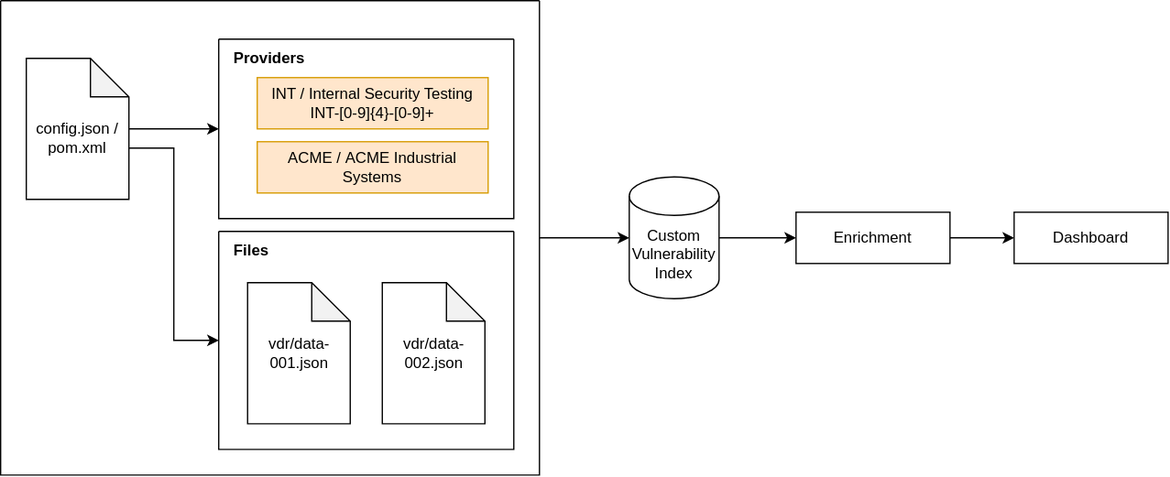
org-metaeffekt/metaeffekt-documentation keeps this draw.io diagram as metaeffekt-vulnerability-management/data-mirror/data-sources/custom-vuln/process-overview.svg. Above is the earlier version. Source tidied: cells renumbered, new cells last; positions are measured from the earlier drawing's top-left corner, leaving out a move shared by most shapes. Source of this version:
```xml
<mxGraphModel>
  <root>
    <mxCell id="0" />
    <mxCell id="1" parent="0" />
    <mxCell id="2" style="swimlane;startSize=0;" parent="1" vertex="1">
      <mxGeometry width="420" height="370" as="geometry" />
    </mxCell>
    <mxCell id="3" style="edgeStyle=orthogonalEdgeStyle;rounded=0;jettySize=auto;html=1;entryX=0;entryY=0.5;entryDx=0;entryDy=0;" parent="2" edge="1" source="5" target="6">
      <mxGeometry relative="1" as="geometry" />
    </mxCell>
    <mxCell id="4" style="edgeStyle=orthogonalEdgeStyle;rounded=0;jettySize=auto;html=1;exitX=0;exitY=0;exitDx=80;exitDy=70;exitPerimeter=0;entryX=0;entryY=0.5;entryDx=0;entryDy=0;" parent="2" edge="1" source="5" target="10">
      <mxGeometry relative="1" as="geometry" />
    </mxCell>
    <mxCell id="5" value="&lt;div&gt;&lt;br&gt;&lt;/div&gt;config.json / pom.xml" style="shape=note;whiteSpace=wrap;html=1;backgroundOutline=1;darkOpacity=0.05;" parent="2" vertex="1">
      <mxGeometry x="20" y="45" width="80" height="110" as="geometry" />
    </mxCell>
    <mxCell id="6" style="swimlane;startSize=0;" parent="2" vertex="1">
      <mxGeometry x="170" y="30" width="230" height="140" as="geometry" />
    </mxCell>
    <mxCell id="7" value="INT /&amp;nbsp;Internal Security Testing&lt;br&gt;INT-[0-9]{4}-[0-9]+" style="rounded=0;whiteSpace=wrap;html=1;fillColor=#ffe6cc;strokeColor=#d79b00;" parent="6" vertex="1">
      <mxGeometry x="30" y="30" width="180" height="40" as="geometry" />
    </mxCell>
    <mxCell id="8" value="ACME /&amp;nbsp;ACME Industrial Systems" style="rounded=0;whiteSpace=wrap;html=1;fillColor=#ffe6cc;strokeColor=#d79b00;" parent="6" vertex="1">
      <mxGeometry x="30" y="80" width="180" height="40" as="geometry" />
    </mxCell>
    <mxCell id="9" value="Providers" style="text;html=1;whiteSpace=wrap;strokeColor=none;fillColor=none;align=left;verticalAlign=middle;rounded=0;fontStyle=1;" parent="2" vertex="1">
      <mxGeometry x="180" y="30" width="60" height="30" as="geometry" />
    </mxCell>
    <mxCell id="10" style="swimlane;startSize=0;" parent="2" vertex="1">
      <mxGeometry x="170" y="180" width="230" height="170" as="geometry" />
    </mxCell>
    <mxCell id="11" value="vdr/data-001.json" style="shape=note;whiteSpace=wrap;html=1;backgroundOutline=1;darkOpacity=0.05;" parent="10" vertex="1">
      <mxGeometry x="22.5" y="40" width="80" height="110" as="geometry" />
    </mxCell>
    <mxCell id="12" value="vdr/data-002.json" style="shape=note;whiteSpace=wrap;html=1;backgroundOutline=1;darkOpacity=0.05;" parent="10" vertex="1">
      <mxGeometry x="127.5" y="40" width="80" height="110" as="geometry" />
    </mxCell>
    <mxCell id="13" value="Files" style="text;html=1;whiteSpace=wrap;strokeColor=none;fillColor=none;align=left;verticalAlign=middle;rounded=0;fontStyle=1;" parent="2" vertex="1">
      <mxGeometry x="180" y="180" width="60" height="30" as="geometry" />
    </mxCell>
    <mxCell id="14" style="edgeStyle=orthogonalEdgeStyle;rounded=0;jettySize=auto;html=1;exitX=1;exitY=0.5;exitDx=0;exitDy=0;exitPerimeter=0;entryX=0;entryY=0.5;entryDx=0;entryDy=0;" parent="1" edge="1" source="15" target="18">
      <mxGeometry relative="1" as="geometry" />
    </mxCell>
    <mxCell id="15" value="Custom Vulnerability Index" style="shape=cylinder3;whiteSpace=wrap;html=1;boundedLbl=1;backgroundOutline=1;size=15;" parent="1" vertex="1">
      <mxGeometry x="490" y="137.5" width="70" height="95" as="geometry" />
    </mxCell>
    <mxCell id="16" style="edgeStyle=orthogonalEdgeStyle;rounded=0;jettySize=auto;html=1;entryX=0;entryY=0.5;entryDx=0;entryDy=0;entryPerimeter=0;" parent="1" edge="1" source="2" target="15">
      <mxGeometry relative="1" as="geometry" />
    </mxCell>
    <mxCell id="17" style="edgeStyle=orthogonalEdgeStyle;rounded=0;jettySize=auto;html=1;" parent="1" edge="1" source="18" target="19">
      <mxGeometry relative="1" as="geometry" />
    </mxCell>
    <mxCell id="18" value="Enrichment" style="rounded=0;whiteSpace=wrap;html=1;" parent="1" vertex="1">
      <mxGeometry x="620" y="165" width="120" height="40" as="geometry" />
    </mxCell>
    <mxCell id="19" value="Dashboard" style="rounded=0;whiteSpace=wrap;html=1;" parent="1" vertex="1">
      <mxGeometry x="790" y="165" width="120" height="40" as="geometry" />
    </mxCell>
  </root>
</mxGraphModel>
```
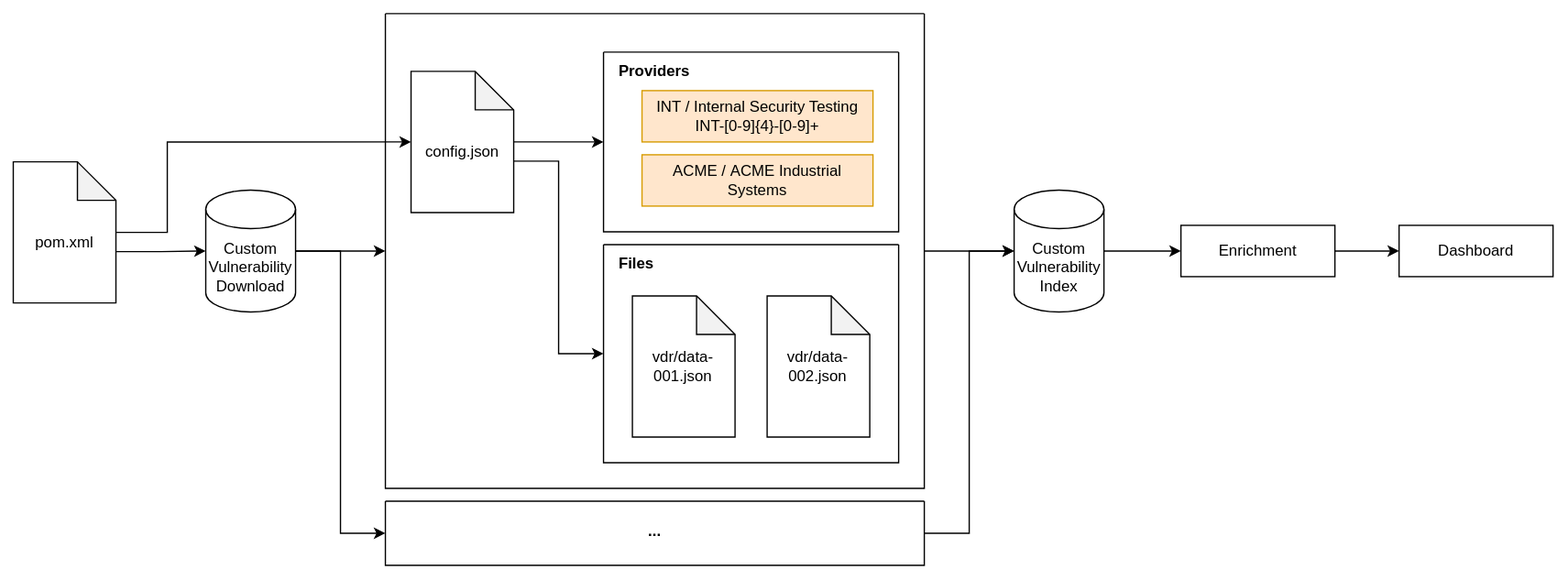
Above is the later version.

Commit message:
Regenerate for custom vulnerability downloader

The edit, as a diff of the source:
```diff
@@ -11,7 +11,7 @@
     <mxCell id="4" style="edgeStyle=orthogonalEdgeStyle;rounded=0;jettySize=auto;html=1;exitX=0;exitY=0;exitDx=80;exitDy=70;exitPerimeter=0;entryX=0;entryY=0.5;entryDx=0;entryDy=0;" parent="2" edge="1" source="5" target="10">
       <mxGeometry relative="1" as="geometry" />
     </mxCell>
-    <mxCell id="5" value="&lt;div&gt;&lt;br&gt;&lt;/div&gt;config.json / pom.xml" style="shape=note;whiteSpace=wrap;html=1;backgroundOutline=1;darkOpacity=0.05;" parent="2" vertex="1">
+    <mxCell id="5" value="&lt;div&gt;&lt;br&gt;&lt;/div&gt;config.json" style="shape=note;whiteSpace=wrap;html=1;backgroundOutline=1;darkOpacity=0.05;" parent="2" vertex="1">
       <mxGeometry x="20" y="45" width="80" height="110" as="geometry" />
     </mxCell>
     <mxCell id="6" style="swimlane;startSize=0;" parent="2" vertex="1">
@@ -44,9 +44,6 @@
     <mxCell id="15" value="Custom Vulnerability Index" style="shape=cylinder3;whiteSpace=wrap;html=1;boundedLbl=1;backgroundOutline=1;size=15;" parent="1" vertex="1">
       <mxGeometry x="490" y="137.5" width="70" height="95" as="geometry" />
     </mxCell>
-    <mxCell id="16" style="edgeStyle=orthogonalEdgeStyle;rounded=0;jettySize=auto;html=1;entryX=0;entryY=0.5;entryDx=0;entryDy=0;entryPerimeter=0;" parent="1" edge="1" source="2" target="15">
-      <mxGeometry relative="1" as="geometry" />
-    </mxCell>
     <mxCell id="17" style="edgeStyle=orthogonalEdgeStyle;rounded=0;jettySize=auto;html=1;" parent="1" edge="1" source="18" target="19">
       <mxGeometry relative="1" as="geometry" />
     </mxCell>
@@ -56,5 +53,40 @@
     <mxCell id="19" value="Dashboard" style="rounded=0;whiteSpace=wrap;html=1;" parent="1" vertex="1">
       <mxGeometry x="790" y="165" width="120" height="40" as="geometry" />
     </mxCell>
+    <mxCell id="20" style="edgeStyle=orthogonalEdgeStyle;rounded=0;jettySize=auto;html=1;entryX=0;entryY=0.5;entryDx=0;entryDy=0;" parent="1" edge="1" source="22" target="2">
+      <mxGeometry relative="1" as="geometry" />
+    </mxCell>
+    <mxCell id="21" style="edgeStyle=orthogonalEdgeStyle;rounded=0;jettySize=auto;html=1;exitX=1;exitY=0.5;exitDx=0;exitDy=0;exitPerimeter=0;entryX=0;entryY=0.5;entryDx=0;entryDy=0;" parent="1" edge="1" source="22" target="23">
+      <mxGeometry relative="1" as="geometry" />
+    </mxCell>
+    <mxCell id="22" value="Custom Vulnerability Download" style="shape=cylinder3;whiteSpace=wrap;html=1;boundedLbl=1;backgroundOutline=1;size=15;" parent="1" vertex="1">
+      <mxGeometry x="-140" y="137.5" width="70" height="95" as="geometry" />
+    </mxCell>
+    <mxCell id="23" style="swimlane;startSize=0;" parent="1" vertex="1">
+      <mxGeometry y="380" width="420" height="50" as="geometry" />
+    </mxCell>
+    <mxCell id="24" value="..." style="text;html=1;whiteSpace=wrap;strokeColor=none;fillColor=none;align=center;verticalAlign=top;rounded=0;fontStyle=1;" parent="23" vertex="1">
+      <mxGeometry x="180" y="10" width="60" height="30" as="geometry" />
+    </mxCell>
+    <mxCell id="25" value="&lt;div&gt;&lt;br&gt;&lt;/div&gt;pom.xml" style="shape=note;whiteSpace=wrap;html=1;backgroundOutline=1;darkOpacity=0.05;" parent="1" vertex="1">
+      <mxGeometry x="-290" y="115.5" width="80" height="110" as="geometry" />
+    </mxCell>
+    <mxCell id="26" style="edgeStyle=orthogonalEdgeStyle;rounded=0;jettySize=auto;html=1;exitX=0;exitY=0;exitDx=80;exitDy=70;exitPerimeter=0;entryX=0;entryY=0.5;entryDx=0;entryDy=0;entryPerimeter=0;" parent="1" edge="1" source="25" target="22">
+      <mxGeometry relative="1" as="geometry" />
+    </mxCell>
+    <mxCell id="27" style="edgeStyle=orthogonalEdgeStyle;rounded=0;jettySize=auto;html=1;entryX=0;entryY=0.5;entryDx=0;entryDy=0;entryPerimeter=0;" parent="1" edge="1" source="25" target="5">
+      <mxGeometry relative="1" as="geometry">
+        <Array as="points">
+          <mxPoint x="-170" y="170.5" />
+          <mxPoint x="-170" y="100" />
+        </Array>
+      </mxGeometry>
+    </mxCell>
+    <mxCell id="16" style="edgeStyle=orthogonalEdgeStyle;rounded=0;jettySize=auto;html=1;exitX=1;exitY=0.5;exitDx=0;exitDy=0;entryX=0;entryY=0.5;entryDx=0;entryDy=0;entryPerimeter=0;" parent="1" edge="1" source="2" target="15">
+      <mxGeometry relative="1" as="geometry" />
+    </mxCell>
+    <mxCell id="28" style="edgeStyle=orthogonalEdgeStyle;rounded=0;jettySize=auto;html=1;entryX=0;entryY=0.5;entryDx=0;entryDy=0;entryPerimeter=0;" parent="1" edge="1" source="23" target="15">
+      <mxGeometry relative="1" as="geometry" />
+    </mxCell>
   </root>
 </mxGraphModel>
```
